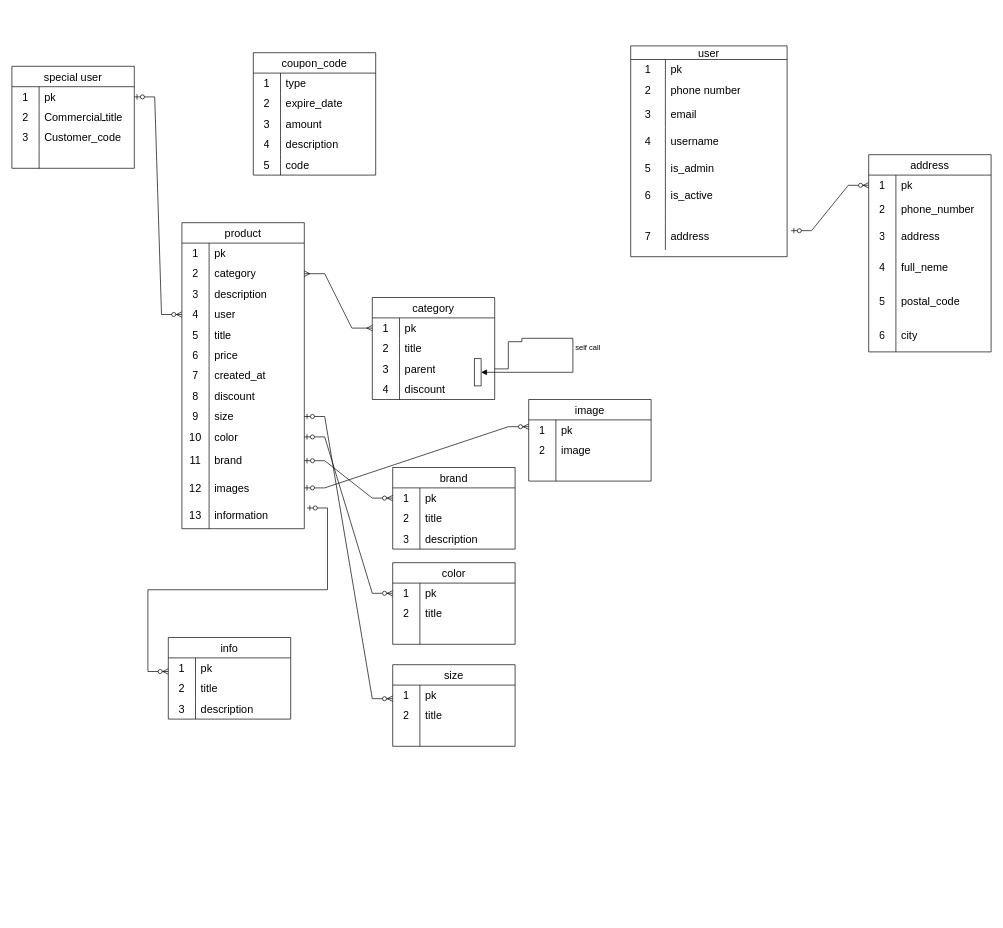
amir1rj/blog keeps this draw.io diagram as shop.drawio. Above is the earlier version. Source tidied: cells renumbered, new cells numbered last; positions are measured from the earlier drawing's top-left corner, leaving out a move shared by most shapes. Both pictures are drawn from the tidied source at 68%, with x=0, y=0 at pixel (12, 46).
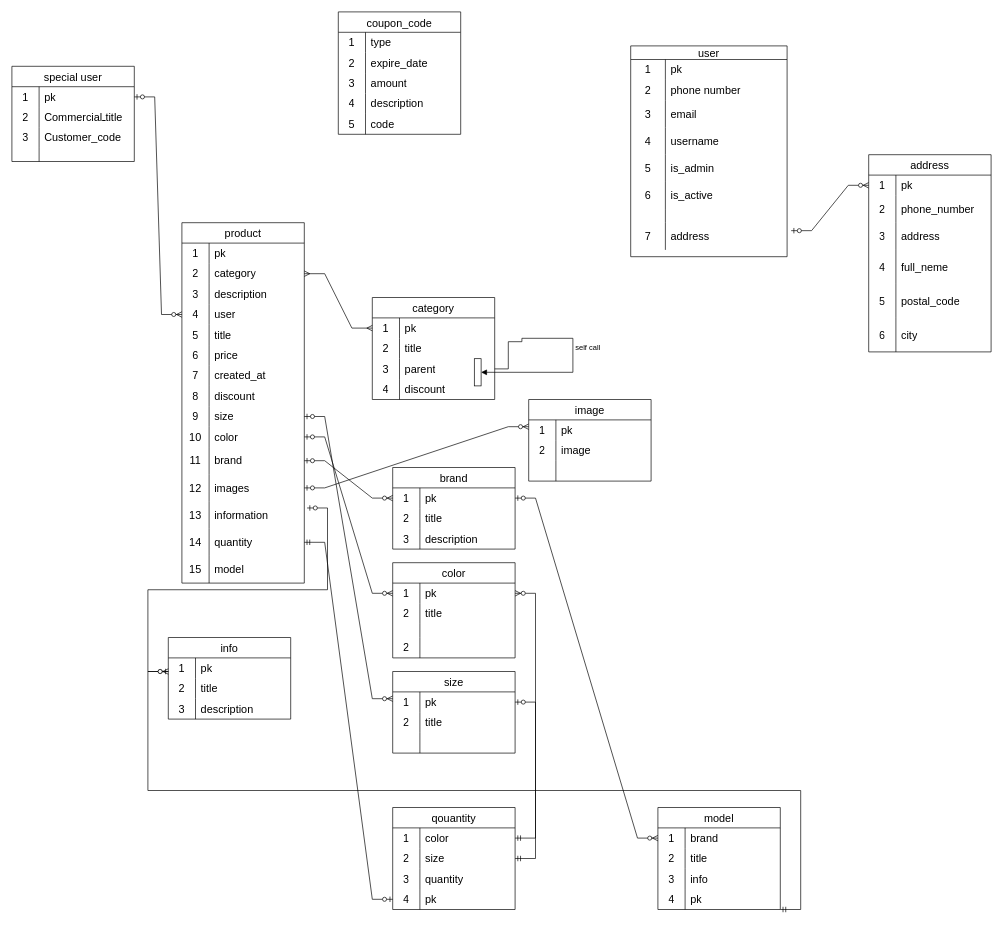
Above is the later version.

The change refers to these unchanged cells:
```xml
<mxCell id="117" style="shape=tableRow;horizontal=0;startSize=0;swimlaneHead=0;swimlaneBody=0;top=0;left=0;bottom=0;right=0;fillColor=none;points=[[0,0.5],[1,0.5]];portConstraint=eastwest;strokeColor=inherit;fontSize=16;" parent="116" vertex="1">
  <mxGeometry y="30" width="180" height="30" as="geometry" />
</mxCell>
<mxCell id="129" style="shape=tableRow;horizontal=0;startSize=0;swimlaneHead=0;swimlaneBody=0;top=0;left=0;bottom=0;right=0;fillColor=none;points=[[0,0.5],[1,0.5]];portConstraint=eastwest;strokeColor=inherit;fontSize=16;" parent="128" vertex="1">
  <mxGeometry y="30" width="180" height="30" as="geometry" />
</mxCell>
<mxCell id="140" style="shape=tableRow;horizontal=0;startSize=0;swimlaneHead=0;swimlaneBody=0;top=0;left=0;bottom=0;right=0;fillColor=none;points=[[0,0.5],[1,0.5]];portConstraint=eastwest;strokeColor=inherit;fontSize=16;" parent="139" vertex="1">
  <mxGeometry y="30" width="180" height="30" as="geometry" />
</mxCell>
```

Diff of the diagram source:
```diff
@@
     <mxCell id="27" value="special user" style="shape=table;startSize=30;childLayout=tableLayout;rowLines=0;fontStyle=0;strokeColor=default;fontSize=16;" parent="1" vertex="1">
-      <mxGeometry y="30" width="180" height="150" as="geometry" />
+      <mxGeometry y="30" width="180" height="140" as="geometry" />
     </mxCell>
@@
     <mxCell id="37" style="shape=tableRow;horizontal=0;startSize=0;swimlaneHead=0;swimlaneBody=0;top=0;left=0;bottom=0;right=0;fillColor=none;strokeColor=inherit;fontSize=16;" parent="27" vertex="1">
-      <mxGeometry y="120" width="180" height="30" as="geometry" />
+      <mxGeometry y="120" width="180" height="20" as="geometry" />
     </mxCell>
     <mxCell id="38" style="shape=partialRectangle;html=1;whiteSpace=wrap;fillColor=none;top=0;left=0;bottom=0;right=0;overflow=hidden;strokeColor=inherit;fontSize=16;" parent="37" vertex="1">
-      <mxGeometry width="40" height="30" as="geometry" />
+      <mxGeometry width="40" height="20" as="geometry" />
     </mxCell>
     <mxCell id="39" style="shape=partialRectangle;html=1;whiteSpace=wrap;fillColor=none;top=0;left=0;bottom=0;right=0;align=left;spacingLeft=6;overflow=hidden;strokeColor=inherit;fontSize=16;" parent="37" vertex="1">
-      <mxGeometry x="40" width="140" height="30" as="geometry" />
+      <mxGeometry x="40" width="140" height="20" as="geometry" />
     </mxCell>
     <mxCell id="40" value="product" style="shape=table;startSize=30;childLayout=tableLayout;rowLines=0;fontStyle=0;strokeColor=default;fontSize=16;" parent="1" vertex="1">
-      <mxGeometry x="250" y="260" width="180" height="450" as="geometry" />
+      <mxGeometry x="250" y="260" width="180" height="530" as="geometry" />
     </mxCell>
@@
+    <mxCell id="188" style="shape=tableRow;horizontal=0;startSize=0;swimlaneHead=0;swimlaneBody=0;top=0;left=0;bottom=0;right=0;fillColor=none;points=[[0,0.5],[1,0.5]];portConstraint=eastwest;strokeColor=inherit;fontSize=16;" parent="40" vertex="1">
+      <mxGeometry y="450" width="180" height="40" as="geometry" />
+    </mxCell>
+    <mxCell id="189" value="14" style="shape=partialRectangle;html=1;whiteSpace=wrap;fillColor=none;top=0;left=0;bottom=0;right=0;overflow=hidden;strokeColor=inherit;fontSize=16;" parent="188" vertex="1">
+      <mxGeometry width="40" height="40" as="geometry" />
+    </mxCell>
+    <mxCell id="190" value="quantity" style="shape=partialRectangle;html=1;whiteSpace=wrap;fillColor=none;top=0;left=0;bottom=0;right=0;align=left;spacingLeft=6;overflow=hidden;strokeColor=inherit;fontSize=16;" parent="188" vertex="1">
+      <mxGeometry x="40" width="140" height="40" as="geometry" />
+    </mxCell>
+    <mxCell id="191" style="shape=tableRow;horizontal=0;startSize=0;swimlaneHead=0;swimlaneBody=0;top=0;left=0;bottom=0;right=0;fillColor=none;strokeColor=inherit;fontSize=16;" parent="40" vertex="1">
+      <mxGeometry y="490" width="180" height="40" as="geometry" />
+    </mxCell>
+    <mxCell id="192" value="15" style="shape=partialRectangle;html=1;whiteSpace=wrap;fillColor=none;top=0;left=0;bottom=0;right=0;overflow=hidden;strokeColor=inherit;fontSize=16;" parent="191" vertex="1">
+      <mxGeometry width="40" height="40" as="geometry" />
+    </mxCell>
+    <mxCell id="193" value="model" style="shape=partialRectangle;html=1;whiteSpace=wrap;fillColor=none;top=0;left=0;bottom=0;right=0;align=left;spacingLeft=6;overflow=hidden;strokeColor=inherit;fontSize=16;" parent="191" vertex="1">
+      <mxGeometry x="40" width="140" height="40" as="geometry" />
+    </mxCell>
@@
     <mxCell id="128" value="size" style="shape=table;startSize=30;childLayout=tableLayout;rowLines=0;fontStyle=0;strokeColor=default;fontSize=16;" parent="1" vertex="1">
-      <mxGeometry x="560" y="910" width="180" height="120" as="geometry" />
+      <mxGeometry x="560" y="920" width="180" height="120" as="geometry" />
     </mxCell>
@@
     <mxCell id="139" value="color" style="shape=table;startSize=30;childLayout=tableLayout;rowLines=0;fontStyle=0;strokeColor=default;fontSize=16;" parent="1" vertex="1">
-      <mxGeometry x="560" y="760" width="180" height="120" as="geometry" />
+      <mxGeometry x="560" y="760" width="180" height="140" as="geometry" />
     </mxCell>
@@
     <mxCell id="146" style="shape=tableRow;horizontal=0;startSize=0;swimlaneHead=0;swimlaneBody=0;top=0;left=0;bottom=0;right=0;fillColor=none;strokeColor=inherit;fontSize=16;" parent="139" vertex="1">
-      <mxGeometry y="90" width="180" height="30" as="geometry" />
+      <mxGeometry y="90" width="180" height="20" as="geometry" />
     </mxCell>
     <mxCell id="147" style="shape=partialRectangle;html=1;whiteSpace=wrap;fillColor=none;top=0;left=0;bottom=0;right=0;overflow=hidden;strokeColor=inherit;fontSize=16;" parent="146" vertex="1">
-      <mxGeometry width="40" height="30" as="geometry" />
+      <mxGeometry width="40" height="20" as="geometry" />
     </mxCell>
     <mxCell id="148" style="shape=partialRectangle;html=1;whiteSpace=wrap;fillColor=none;top=0;left=0;bottom=0;right=0;align=left;spacingLeft=6;overflow=hidden;strokeColor=inherit;fontSize=16;" parent="146" vertex="1">
-      <mxGeometry x="40" width="140" height="30" as="geometry" />
+      <mxGeometry x="40" width="140" height="20" as="geometry" />
     </mxCell>
+    <mxCell id="194" style="shape=tableRow;horizontal=0;startSize=0;swimlaneHead=0;swimlaneBody=0;top=0;left=0;bottom=0;right=0;fillColor=none;strokeColor=inherit;fontSize=16;" parent="139" vertex="1">
+      <mxGeometry y="110" width="180" height="30" as="geometry" />
+    </mxCell>
+    <mxCell id="195" value="2" style="shape=partialRectangle;html=1;whiteSpace=wrap;fillColor=none;top=0;left=0;bottom=0;right=0;overflow=hidden;strokeColor=inherit;fontSize=16;" parent="194" vertex="1">
+      <mxGeometry width="40" height="30" as="geometry" />
+    </mxCell>
+    <mxCell id="196" style="shape=partialRectangle;html=1;whiteSpace=wrap;fillColor=none;top=0;left=0;bottom=0;right=0;align=left;spacingLeft=6;overflow=hidden;strokeColor=inherit;fontSize=16;" parent="194" vertex="1">
+      <mxGeometry x="40" width="140" height="30" as="geometry" />
+    </mxCell>
@@
     <mxCell id="171" value="coupon_code" style="shape=table;startSize=30;childLayout=tableLayout;rowLines=0;fontStyle=0;strokeColor=default;fontSize=16;" parent="1" vertex="1">
-      <mxGeometry x="355" y="10" width="180" height="180" as="geometry" />
+      <mxGeometry x="480" y="-50" width="180" height="180" as="geometry" />
     </mxCell>
@@
+    <mxCell id="197" value="model" style="shape=table;startSize=30;childLayout=tableLayout;rowLines=0;fontStyle=0;strokeColor=default;fontSize=16;" parent="1" vertex="1">
+      <mxGeometry x="950" y="1120" width="180" height="150" as="geometry" />
+    </mxCell>
+    <mxCell id="198" style="shape=tableRow;horizontal=0;startSize=0;swimlaneHead=0;swimlaneBody=0;top=0;left=0;bottom=0;right=0;fillColor=none;points=[[0,0.5],[1,0.5]];portConstraint=eastwest;strokeColor=inherit;fontSize=16;" parent="197" vertex="1">
+      <mxGeometry y="30" width="180" height="30" as="geometry" />
+    </mxCell>
+    <mxCell id="199" value="1" style="shape=partialRectangle;html=1;whiteSpace=wrap;fillColor=none;top=0;left=0;bottom=0;right=0;overflow=hidden;strokeColor=inherit;fontSize=16;" parent="198" vertex="1">
+      <mxGeometry width="40" height="30" as="geometry" />
+    </mxCell>
+    <mxCell id="200" value="brand" style="shape=partialRectangle;html=1;whiteSpace=wrap;fillColor=none;top=0;left=0;bottom=0;right=0;align=left;spacingLeft=6;overflow=hidden;strokeColor=inherit;fontSize=16;" parent="198" vertex="1">
+      <mxGeometry x="40" width="140" height="30" as="geometry" />
+    </mxCell>
+    <mxCell id="201" style="shape=tableRow;horizontal=0;startSize=0;swimlaneHead=0;swimlaneBody=0;top=0;left=0;bottom=0;right=0;fillColor=none;strokeColor=inherit;fontSize=16;" parent="197" vertex="1">
+      <mxGeometry y="60" width="180" height="30" as="geometry" />
+    </mxCell>
+    <mxCell id="202" value="2" style="shape=partialRectangle;html=1;whiteSpace=wrap;fillColor=none;top=0;left=0;bottom=0;right=0;overflow=hidden;strokeColor=inherit;fontSize=16;" parent="201" vertex="1">
+      <mxGeometry width="40" height="30" as="geometry" />
+    </mxCell>
+    <mxCell id="203" value="title" style="shape=partialRectangle;html=1;whiteSpace=wrap;fillColor=none;top=0;left=0;bottom=0;right=0;align=left;spacingLeft=6;overflow=hidden;strokeColor=inherit;fontSize=16;" parent="201" vertex="1">
+      <mxGeometry x="40" width="140" height="30" as="geometry" />
+    </mxCell>
+    <mxCell id="204" style="shape=tableRow;horizontal=0;startSize=0;swimlaneHead=0;swimlaneBody=0;top=0;left=0;bottom=0;right=0;fillColor=none;strokeColor=inherit;fontSize=16;" parent="197" vertex="1">
+      <mxGeometry y="90" width="180" height="30" as="geometry" />
+    </mxCell>
+    <mxCell id="205" value="3" style="shape=partialRectangle;html=1;whiteSpace=wrap;fillColor=none;top=0;left=0;bottom=0;right=0;overflow=hidden;strokeColor=inherit;fontSize=16;" parent="204" vertex="1">
+      <mxGeometry width="40" height="30" as="geometry" />
+    </mxCell>
+    <mxCell id="206" value="info" style="shape=partialRectangle;html=1;whiteSpace=wrap;fillColor=none;top=0;left=0;bottom=0;right=0;align=left;spacingLeft=6;overflow=hidden;strokeColor=inherit;fontSize=16;" parent="204" vertex="1">
+      <mxGeometry x="40" width="140" height="30" as="geometry" />
+    </mxCell>
+    <mxCell id="207" style="shape=tableRow;horizontal=0;startSize=0;swimlaneHead=0;swimlaneBody=0;top=0;left=0;bottom=0;right=0;fillColor=none;strokeColor=inherit;fontSize=16;" parent="197" vertex="1">
+      <mxGeometry y="120" width="180" height="30" as="geometry" />
+    </mxCell>
+    <mxCell id="208" value="4" style="shape=partialRectangle;html=1;whiteSpace=wrap;fillColor=none;top=0;left=0;bottom=0;right=0;overflow=hidden;strokeColor=inherit;fontSize=16;" parent="207" vertex="1">
+      <mxGeometry width="40" height="30" as="geometry" />
+    </mxCell>
+    <mxCell id="209" value="pk" style="shape=partialRectangle;html=1;whiteSpace=wrap;fillColor=none;top=0;left=0;bottom=0;right=0;align=left;spacingLeft=6;overflow=hidden;strokeColor=inherit;fontSize=16;" parent="207" vertex="1">
+      <mxGeometry x="40" width="140" height="30" as="geometry" />
+    </mxCell>
+    <mxCell id="210" style="edgeStyle=entityRelationEdgeStyle;fontSize=12;html=1;endArrow=ERzeroToMany;startArrow=ERzeroToOne;rounded=0;entryX=0;entryY=0.5;entryDx=0;entryDy=0;exitX=1;exitY=0.5;exitDx=0;exitDy=0;" parent="1" edge="1" source="117" target="198">
+      <mxGeometry relative="1" as="geometry" />
+    </mxCell>
+    <mxCell id="211" style="edgeStyle=entityRelationEdgeStyle;fontSize=12;html=1;endArrow=ERzeroToOne;startArrow=ERmandOne;rounded=0;exitX=1;exitY=0.5;exitDx=0;exitDy=0;" parent="1" edge="1">
+      <mxGeometry relative="1" as="geometry">
+        <mxPoint x="1130" y="1270" as="sourcePoint" />
+        <mxPoint x="230" y="920" as="targetPoint" />
+      </mxGeometry>
+    </mxCell>
+    <mxCell id="212" value="qouantity" style="shape=table;startSize=30;childLayout=tableLayout;rowLines=0;fontStyle=0;strokeColor=default;fontSize=16;" parent="1" vertex="1">
+      <mxGeometry x="560" y="1120" width="180" height="150" as="geometry" />
+    </mxCell>
+    <mxCell id="213" style="shape=tableRow;horizontal=0;startSize=0;swimlaneHead=0;swimlaneBody=0;top=0;left=0;bottom=0;right=0;fillColor=none;points=[[0,0.5],[1,0.5]];portConstraint=eastwest;strokeColor=inherit;fontSize=16;" parent="212" vertex="1">
+      <mxGeometry y="30" width="180" height="30" as="geometry" />
+    </mxCell>
+    <mxCell id="214" value="1" style="shape=partialRectangle;html=1;whiteSpace=wrap;fillColor=none;top=0;left=0;bottom=0;right=0;overflow=hidden;strokeColor=inherit;fontSize=16;" parent="213" vertex="1">
+      <mxGeometry width="40" height="30" as="geometry" />
+    </mxCell>
+    <mxCell id="215" value="color" style="shape=partialRectangle;html=1;whiteSpace=wrap;fillColor=none;top=0;left=0;bottom=0;right=0;align=left;spacingLeft=6;overflow=hidden;strokeColor=inherit;fontSize=16;" parent="213" vertex="1">
+      <mxGeometry x="40" width="140" height="30" as="geometry" />
+    </mxCell>
+    <mxCell id="216" style="shape=tableRow;horizontal=0;startSize=0;swimlaneHead=0;swimlaneBody=0;top=0;left=0;bottom=0;right=0;fillColor=none;points=[[0,0.5],[1,0.5]];portConstraint=eastwest;strokeColor=inherit;fontSize=16;" parent="212" vertex="1">
+      <mxGeometry y="60" width="180" height="30" as="geometry" />
+    </mxCell>
+    <mxCell id="217" value="2" style="shape=partialRectangle;html=1;whiteSpace=wrap;fillColor=none;top=0;left=0;bottom=0;right=0;overflow=hidden;strokeColor=inherit;fontSize=16;" parent="216" vertex="1">
+      <mxGeometry width="40" height="30" as="geometry" />
+    </mxCell>
+    <mxCell id="218" value="size" style="shape=partialRectangle;html=1;whiteSpace=wrap;fillColor=none;top=0;left=0;bottom=0;right=0;align=left;spacingLeft=6;overflow=hidden;strokeColor=inherit;fontSize=16;" parent="216" vertex="1">
+      <mxGeometry x="40" width="140" height="30" as="geometry" />
+    </mxCell>
+    <mxCell id="219" style="shape=tableRow;horizontal=0;startSize=0;swimlaneHead=0;swimlaneBody=0;top=0;left=0;bottom=0;right=0;fillColor=none;strokeColor=inherit;fontSize=16;" parent="212" vertex="1">
+      <mxGeometry y="90" width="180" height="30" as="geometry" />
+    </mxCell>
+    <mxCell id="220" value="3" style="shape=partialRectangle;html=1;whiteSpace=wrap;fillColor=none;top=0;left=0;bottom=0;right=0;overflow=hidden;strokeColor=inherit;fontSize=16;" parent="219" vertex="1">
+      <mxGeometry width="40" height="30" as="geometry" />
+    </mxCell>
+    <mxCell id="221" value="quantity" style="shape=partialRectangle;html=1;whiteSpace=wrap;fillColor=none;top=0;left=0;bottom=0;right=0;align=left;spacingLeft=6;overflow=hidden;strokeColor=inherit;fontSize=16;" parent="219" vertex="1">
+      <mxGeometry x="40" width="140" height="30" as="geometry" />
+    </mxCell>
+    <mxCell id="222" style="shape=tableRow;horizontal=0;startSize=0;swimlaneHead=0;swimlaneBody=0;top=0;left=0;bottom=0;right=0;fillColor=none;points=[[0,0.5],[1,0.5]];portConstraint=eastwest;strokeColor=inherit;fontSize=16;" parent="212" vertex="1">
+      <mxGeometry y="120" width="180" height="30" as="geometry" />
+    </mxCell>
+    <mxCell id="223" value="4" style="shape=partialRectangle;html=1;whiteSpace=wrap;fillColor=none;top=0;left=0;bottom=0;right=0;overflow=hidden;strokeColor=inherit;fontSize=16;" parent="222" vertex="1">
+      <mxGeometry width="40" height="30" as="geometry" />
+    </mxCell>
+    <mxCell id="224" value="pk" style="shape=partialRectangle;html=1;whiteSpace=wrap;fillColor=none;top=0;left=0;bottom=0;right=0;align=left;spacingLeft=6;overflow=hidden;strokeColor=inherit;fontSize=16;" parent="222" vertex="1">
+      <mxGeometry x="40" width="140" height="30" as="geometry" />
+    </mxCell>
+    <mxCell id="225" style="edgeStyle=entityRelationEdgeStyle;fontSize=12;html=1;endArrow=ERzeroToMany;startArrow=ERmandOne;rounded=0;exitX=1;exitY=0.5;exitDx=0;exitDy=0;entryX=1;entryY=0.5;entryDx=0;entryDy=0;" parent="1" edge="1" source="213" target="140">
+      <mxGeometry relative="1" as="geometry">
+        <Array as="points">
+          <mxPoint x="1000" y="880" />
+          <mxPoint x="780" y="1070" />
+          <mxPoint x="790" y="1080" />
+          <mxPoint x="790" y="990" />
+          <mxPoint x="820" y="1050" />
+        </Array>
+      </mxGeometry>
+    </mxCell>
+    <mxCell id="226" style="edgeStyle=entityRelationEdgeStyle;fontSize=12;html=1;endArrow=ERzeroToOne;startArrow=ERmandOne;rounded=0;exitX=1;exitY=0.5;exitDx=0;exitDy=0;entryX=1;entryY=0.5;entryDx=0;entryDy=0;" parent="1" edge="1" source="216" target="129">
+      <mxGeometry relative="1" as="geometry" />
+    </mxCell>
+    <mxCell id="227" style="edgeStyle=entityRelationEdgeStyle;fontSize=12;html=1;endArrow=ERzeroToOne;startArrow=ERmandOne;rounded=0;exitX=1;exitY=0.5;exitDx=0;exitDy=0;entryX=0;entryY=0.5;entryDx=0;entryDy=0;" parent="1" edge="1" source="188" target="222">
+      <mxGeometry relative="1" as="geometry" />
+    </mxCell>
```
